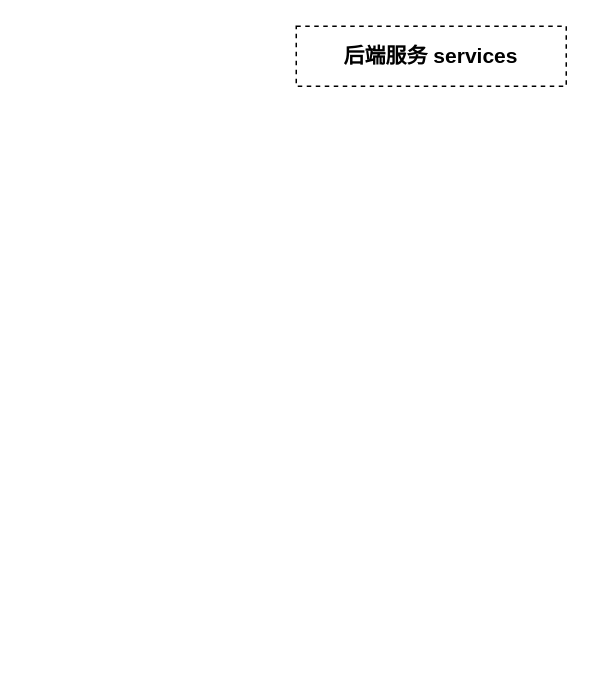
The draw.io diagram 后端服务.drawio in 8230459/drawio, before the edit. Source tidied: cells renumbered, new cells numbered last; positions are measured from the earlier drawing's top-left corner, leaving out a move shared by most shapes. Both pictures are drawn from the tidied source at 150%, with x=0, y=0 at pixel (296, 26).
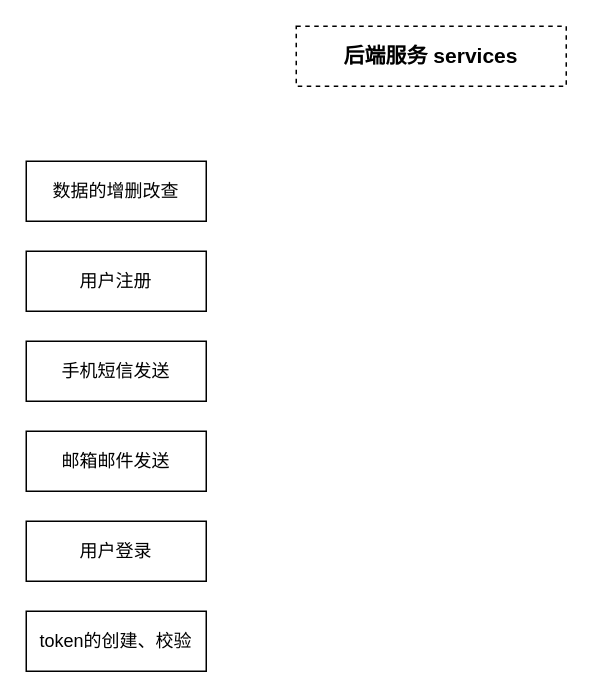
The same page after the edit.

Change to the diagram source:
```diff
@@
 <mxGraphModel>
   <root>
     <mxCell id="0" />
     <mxCell id="1" parent="0" />
     <mxCell id="2" value="后端服务 services" style="rounded=0;whiteSpace=wrap;html=1;fontStyle=1;fontSize=14;dashed=1;" parent="1" vertex="1">
       <mxGeometry width="180" height="40" as="geometry" />
     </mxCell>
+    <mxCell id="3" value="数据的增删改查" style="rounded=0;whiteSpace=wrap;html=1;" parent="1" vertex="1">
+      <mxGeometry x="-180" y="90" width="120" height="40" as="geometry" />
+    </mxCell>
+    <mxCell id="4" value="用户注册" style="rounded=0;whiteSpace=wrap;html=1;" parent="1" vertex="1">
+      <mxGeometry x="-180" y="150" width="120" height="40" as="geometry" />
+    </mxCell>
+    <mxCell id="5" value="手机短信发送" style="rounded=0;whiteSpace=wrap;html=1;" parent="1" vertex="1">
+      <mxGeometry x="-180" y="210" width="120" height="40" as="geometry" />
+    </mxCell>
+    <mxCell id="6" value="邮箱邮件发送" style="rounded=0;whiteSpace=wrap;html=1;" parent="1" vertex="1">
+      <mxGeometry x="-180" y="270" width="120" height="40" as="geometry" />
+    </mxCell>
+    <mxCell id="7" value="用户登录" style="rounded=0;whiteSpace=wrap;html=1;" parent="1" vertex="1">
+      <mxGeometry x="-180" y="330" width="120" height="40" as="geometry" />
+    </mxCell>
+    <mxCell id="8" value="token的创建、校验" style="rounded=0;whiteSpace=wrap;html=1;" parent="1" vertex="1">
+      <mxGeometry x="-180" y="390" width="120" height="40" as="geometry" />
+    </mxCell>
   </root>
 </mxGraphModel>
```
